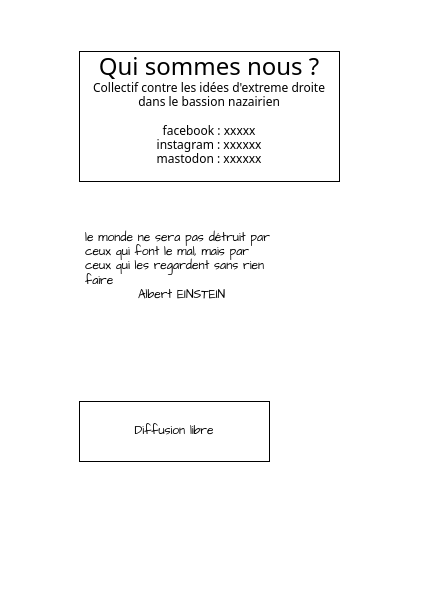
The draw.io diagram drawio/A_QuiSommesNous.drawio in bernard44600/cedbn, before the edit. Source tidied: cells renumbered, new cells numbered last; positions are measured from the earlier drawing's top-left corner, leaving out a move shared by most shapes. Both pictures are drawn from the tidied source at 100%, with x=0, y=0 at pixel (79, 51).
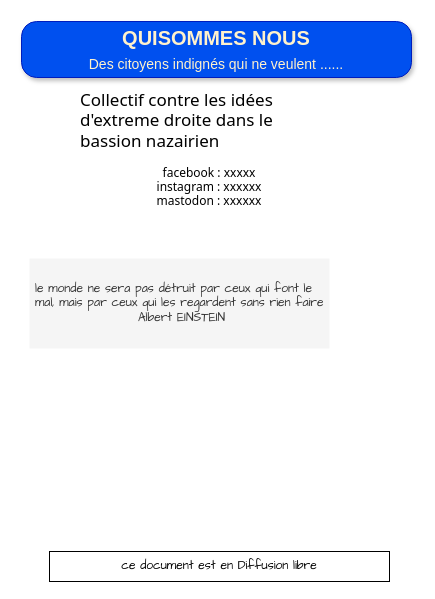
Above is the later version.

Change to the diagram source:
```diff
@@
 <mxGraphModel>
   <root>
     <mxCell id="0" />
     <mxCell id="1" parent="0" />
-    <mxCell id="2" value="&lt;font style=&quot;font-size: 24px;&quot;&gt;Qui sommes nous ?&lt;/font&gt;&lt;br&gt;Collectif contre les idées d'extreme droite dans le bassion nazairien&lt;br&gt;&lt;br&gt;facebook : xxxxx&lt;br&gt;instagram : xxxxxx&lt;br&gt;mastodon : xxxxxx&lt;div&gt;&lt;br&gt;&lt;/div&gt;" style="rounded=0;whiteSpace=wrap;html=1;fontFamily=Tahoma;" parent="1" vertex="1">
-      <mxGeometry width="260" height="130" as="geometry" />
+    <mxCell id="2" value="&lt;div style=&quot;text-align: left;&quot;&gt;&lt;span style=&quot;background-color: transparent; color: light-dark(#000000, var(--ge-light-color, #ffffff));&quot;&gt;&lt;font style=&quot;font-size: 17px;&quot;&gt;Collectif contre les idées d'extreme droite dans le bassion nazairien&lt;/font&gt;&lt;/span&gt;&lt;/div&gt;&lt;br&gt;facebook : xxxxx&lt;br&gt;instagram : xxxxxx&lt;br&gt;mastodon : xxxxxx&lt;div&gt;&lt;br&gt;&lt;/div&gt;" style="rounded=0;whiteSpace=wrap;html=1;fontFamily=Tahoma;strokeColor=none;" parent="1" vertex="1">
+      <mxGeometry y="40" width="260" height="130" as="geometry" />
     </mxCell>
-    <mxCell id="3" value="&lt;div&gt;Diffusion libre&lt;/div&gt;" style="rounded=0;whiteSpace=wrap;html=1;fontFamily=Architects Daughter;align=center;fillColor=none;" parent="1" vertex="1">
-      <mxGeometry y="350" width="190" height="60" as="geometry" />
+    <mxCell id="3" value="&lt;div&gt;ce document est en Diffusion libre&lt;/div&gt;" style="rounded=0;whiteSpace=wrap;html=1;fontFamily=Architects Daughter;align=center;fillColor=none;" parent="1" vertex="1">
+      <mxGeometry x="-30" y="500" width="340" height="30" as="geometry" />
     </mxCell>
-    <mxCell id="4" value="&lt;div align=&quot;left&quot;&gt;le monde ne sera pas détruit par ceux qui font le mal, mais par ceux qui les regardent sans rien faire&lt;br&gt;&lt;/div&gt;Albert EINSTEIN" style="rounded=0;whiteSpace=wrap;html=1;fontFamily=Architects Daughter;spacingLeft=5;strokeColor=none;fillColor=none;" parent="1" vertex="1">
-      <mxGeometry y="170" width="200" height="90" as="geometry" />
+    <mxCell id="4" value="&lt;div align=&quot;left&quot;&gt;le monde ne sera pas détruit par ceux qui font le mal, mais par ceux qui les regardent sans rien faire&lt;br&gt;&lt;/div&gt;Albert EINSTEIN" style="rounded=0;whiteSpace=wrap;html=1;fontFamily=Architects Daughter;spacingLeft=5;strokeColor=none;fillColor=#f5f5f5;fontColor=#333333;" parent="1" vertex="1">
+      <mxGeometry x="-50" y="207" width="300" height="90" as="geometry" />
     </mxCell>
+    <mxCell id="5" value="&lt;font face=&quot;Helvetica&quot;&gt;&lt;b&gt;QUISOMMES NOUS&lt;/b&gt;&lt;br&gt;&lt;font style=&quot;font-size: 14px;&quot;&gt;Des citoyens indignés qui ne veulent ......&lt;/font&gt;&lt;/font&gt;" style="rounded=1;whiteSpace=wrap;html=1;fontSize=20;fillColor=#0050ef;strokeColor=#001DBC;fontColor=#FFF2CC;gradientColor=none;gradientDirection=north;roundedPerimeter=1;shadow=1;glass=0;multiple=0;fontFamily=Tahoma;labelBackgroundColor=none;arcSize=27;" parent="1" vertex="1">
+      <mxGeometry x="-58" y="-30" width="390" height="56" as="geometry" />
+    </mxCell>
   </root>
 </mxGraphModel>
```
